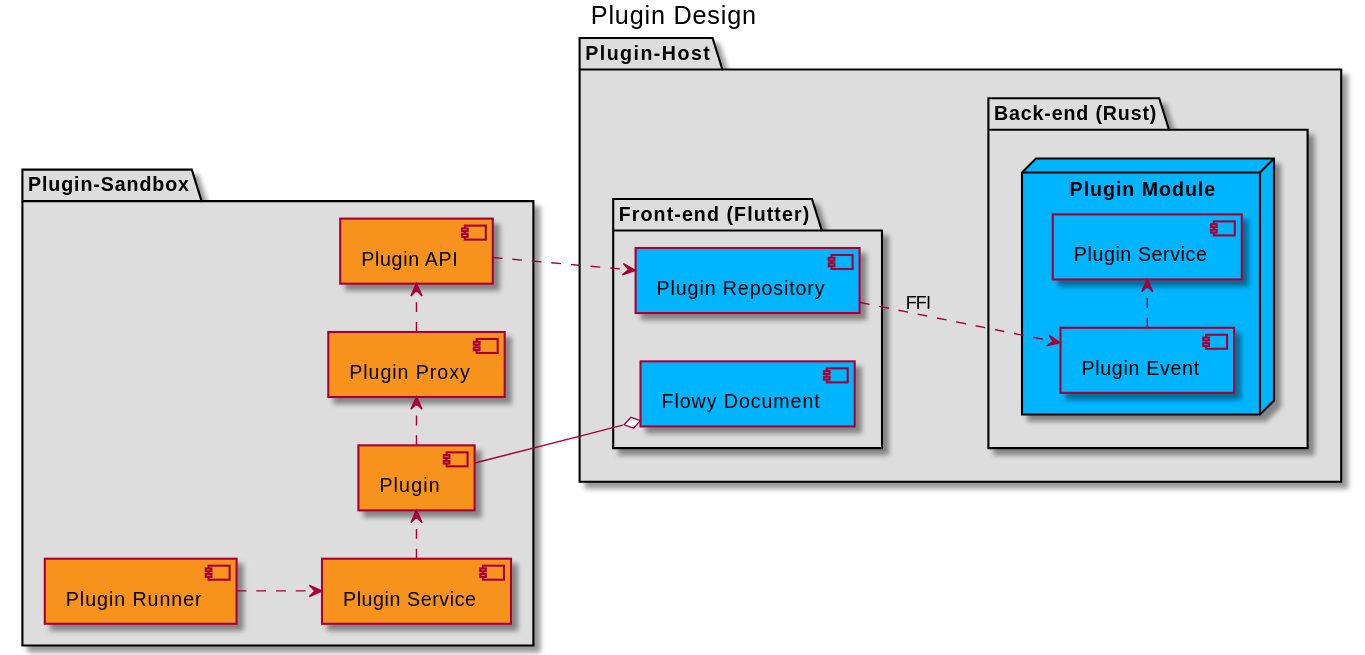
Above: uml/output/AppFlowy-Plugin_Design.svg in AppFlowy-IO/AppFlowy-Docs (PlantUML), before the change.
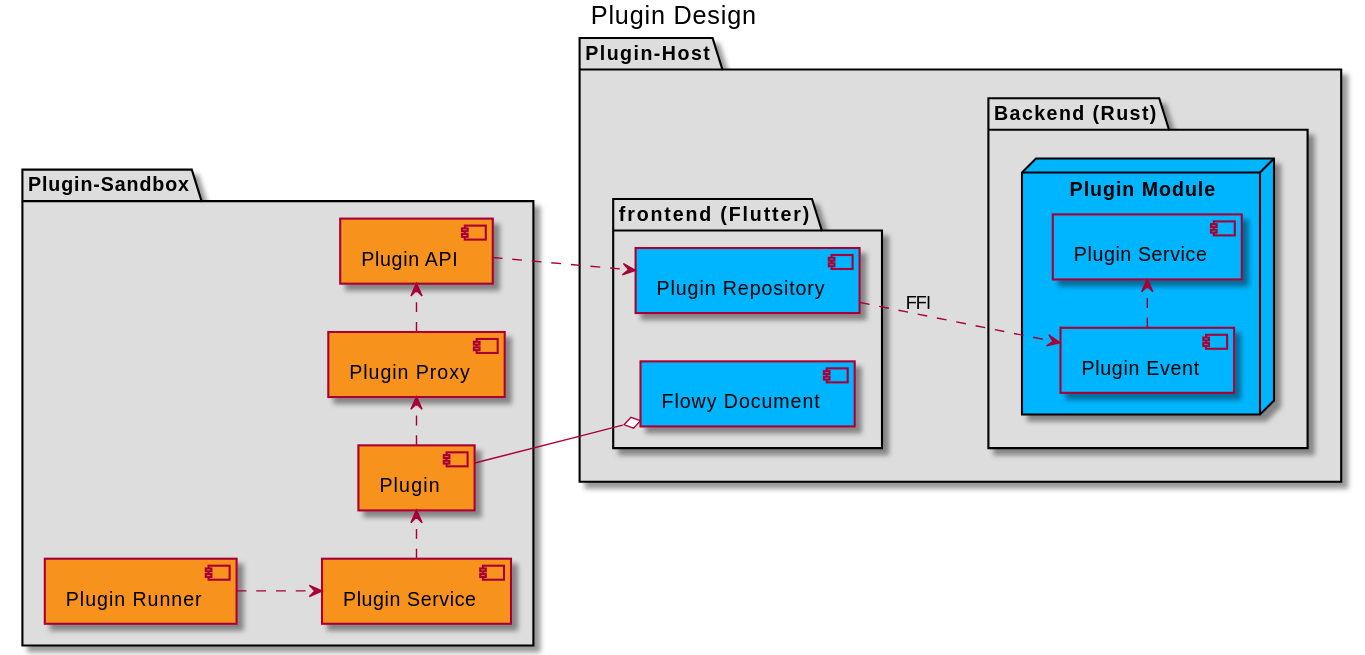
Later version of the same file.

Change to the diagram source:
```diff
@@ -12,12 +12,12 @@
 }
 
 package Plugin-Host #DDDDDD {
-    package "Front-end (Flutter)" {
+    package "frontend (Flutter)" {
         component [Plugin Repository] as plugin_repo #00B5FF
         component [Flowy Document] as document #00B5FF
     }
 
-    package "Back-end (Rust)" {
+    package "Backend (Rust)" {
         node "Plugin Module" as plugin_module #00B5FF {
             component [Plugin Event] as plugin_event #00B5FF
             component [Plugin Service] as plugin_rust_service #00B5FF
```
